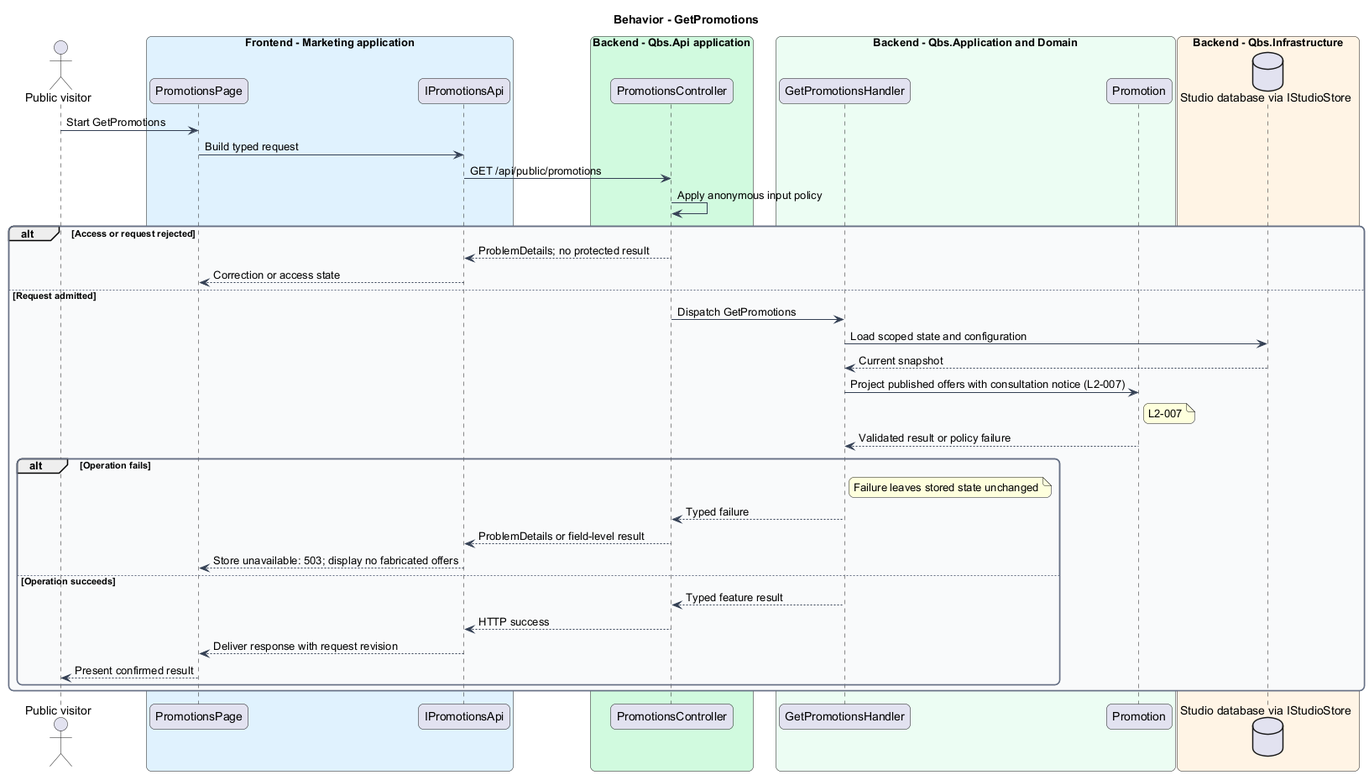
Above: docs/detailed-designs/public-presentation/publish-promotions/diagrams/sequence-get-promotions.png in QuinntyneBrown/quinntyne-brown-studio (PlantUML), before the change. Its diagram source:
```plantuml
@startuml
skinparam backgroundColor #FFFFFF
skinparam shadowing false
skinparam roundcorner 12
skinparam defaultFontName Arial
skinparam ArrowColor #344054
skinparam rectangle {
  BorderColor #344054
  FontColor #101828
}
skinparam package {
  BorderColor #667085
  FontColor #101828
  BackgroundColor #F9FAFB
}
title Behavior - GetPromotions
actor "Public visitor" as actor
box "Frontend - Marketing application" #E0F2FE
 participant "PromotionsPage" as page
 participant "IPromotionsApi" as client
end box
box "Backend - Qbs.Api application" #D1FADF
 participant "PromotionsController" as controller
end box
box "Backend - Qbs.Application and Domain" #ECFDF3
 participant "GetPromotionsHandler" as handler
 participant "Promotion" as entity
end box
box "Backend - Qbs.Infrastructure" #FFF4E5
 database "Studio database via IStudioStore" as db
end box
actor -> page : Start GetPromotions
page -> client : Build typed request
client -> controller : GET /api/public/promotions
controller -> controller : Apply anonymous input policy
alt Access or request rejected
controller --> client : ProblemDetails; no protected result
client --> page : Correction or access state
else Request admitted
controller -> handler : Dispatch GetPromotions
handler -> db : Load scoped state and configuration
db --> handler : Current snapshot
handler -> entity : Project published offers with consultation notice (L2-007)
note right of entity
L2-007
end note
entity --> handler : Validated result or policy failure
alt Operation fails
note right of handler : Failure leaves stored state unchanged
handler --> controller : Typed failure
controller --> client : ProblemDetails or field-level result
client --> page : Store unavailable: 503; display no fabricated offers
else Operation succeeds
handler --> controller : Typed feature result
controller --> client : HTTP success
client --> page : Deliver response with request revision
page --> actor : Present confirmed result
end
end
@enduml
```
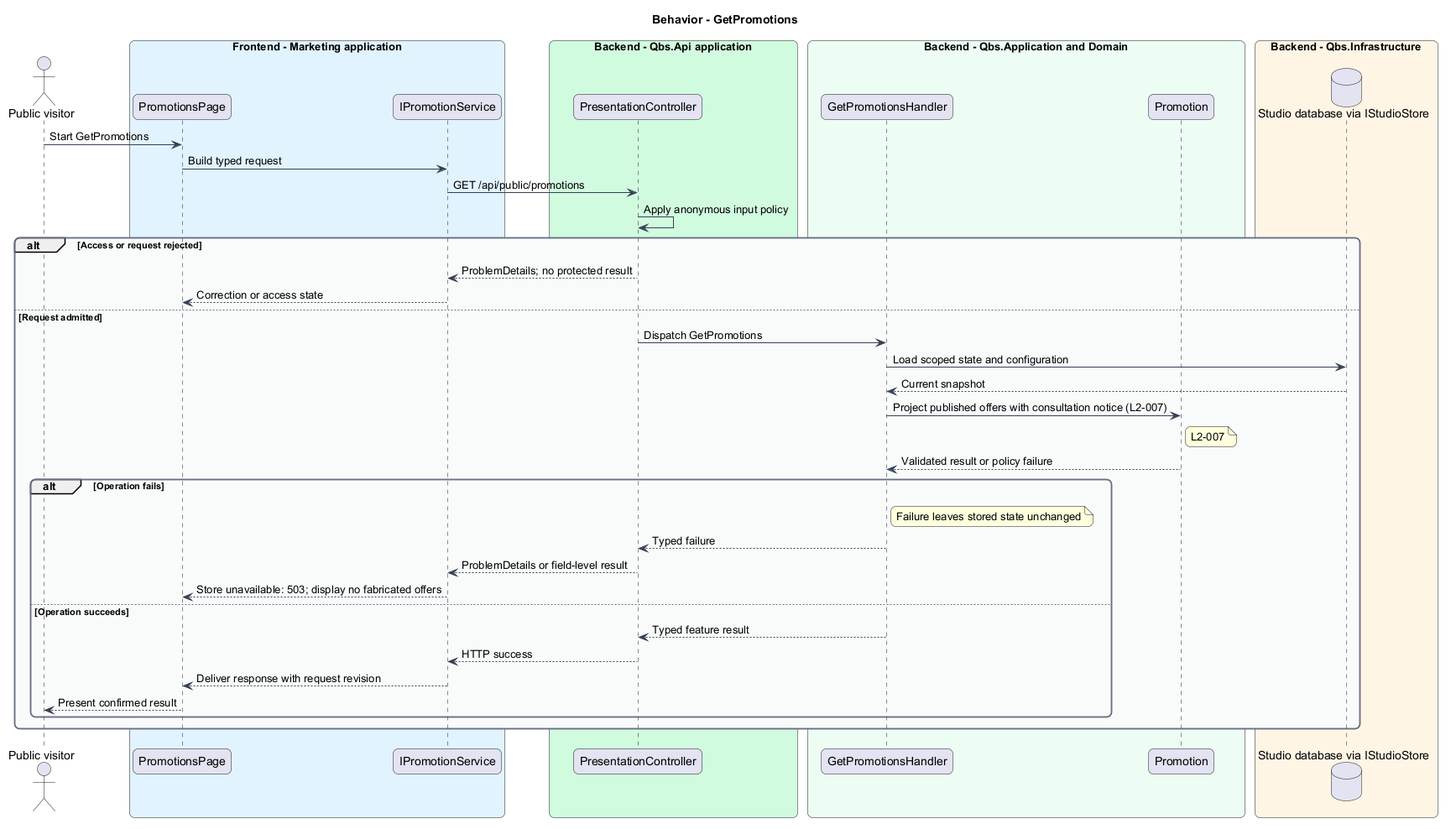
Above is the later version.

The edit, as a diff of the source:
```diff
@@ -17,10 +17,10 @@
 actor "Public visitor" as actor
 box "Frontend - Marketing application" #E0F2FE
  participant "PromotionsPage" as page
- participant "IPromotionsApi" as client
+ participant "IPromotionService" as client
 end box
 box "Backend - Qbs.Api application" #D1FADF
- participant "PromotionsController" as controller
+ participant "PresentationController" as controller
 end box
 box "Backend - Qbs.Application and Domain" #ECFDF3
  participant "GetPromotionsHandler" as handler
```
